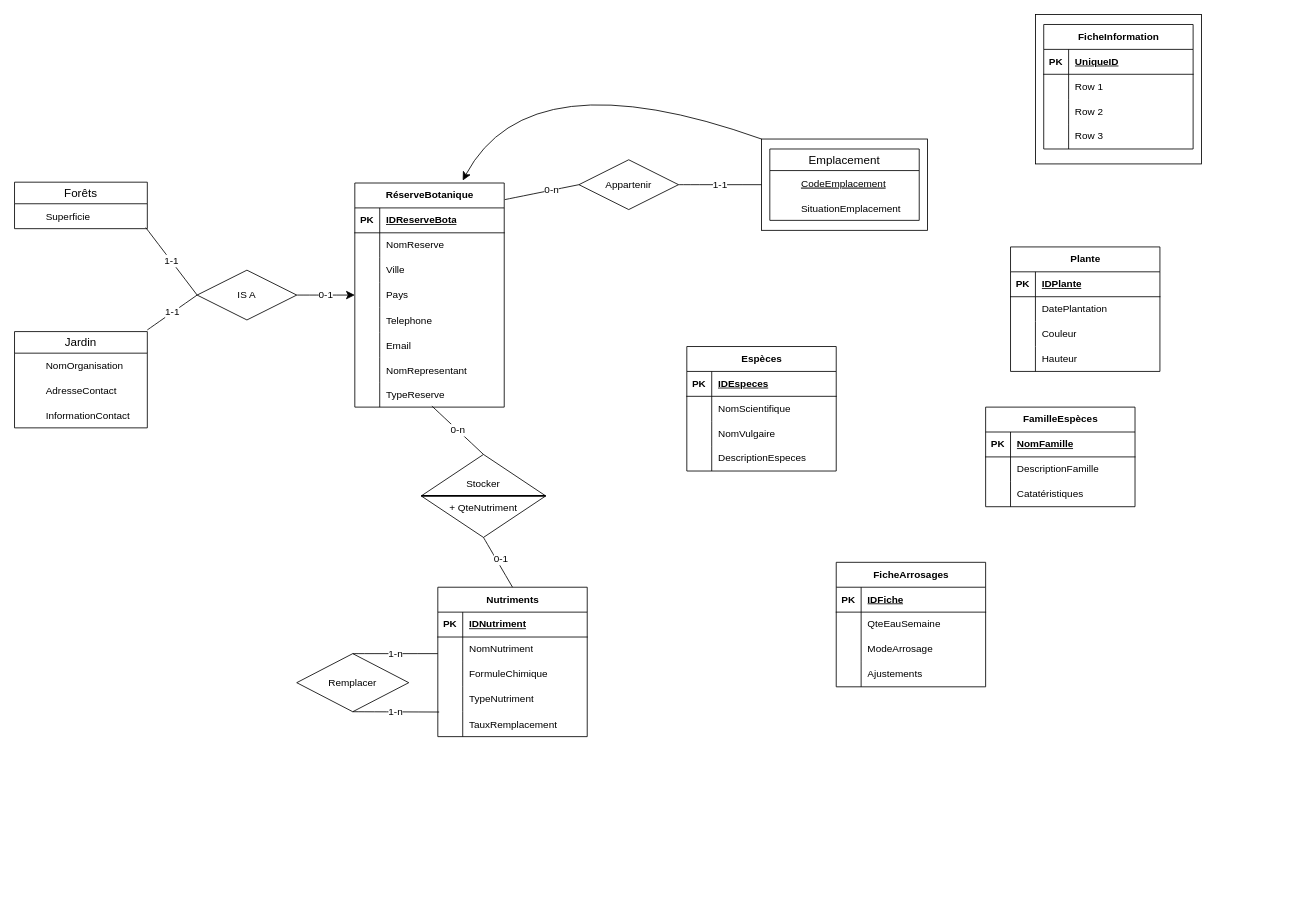
This is SAE3/test.drawio from korasrar/Work, a draw.io file, before an edit. Source tidied: cells renumbered, new cells numbered last; positions are measured from the earlier drawing's top-left corner, leaving out a move shared by most shapes. Both pictures are drawn from the tidied source at 83%, with x=0, y=0 at pixel (14, 14).
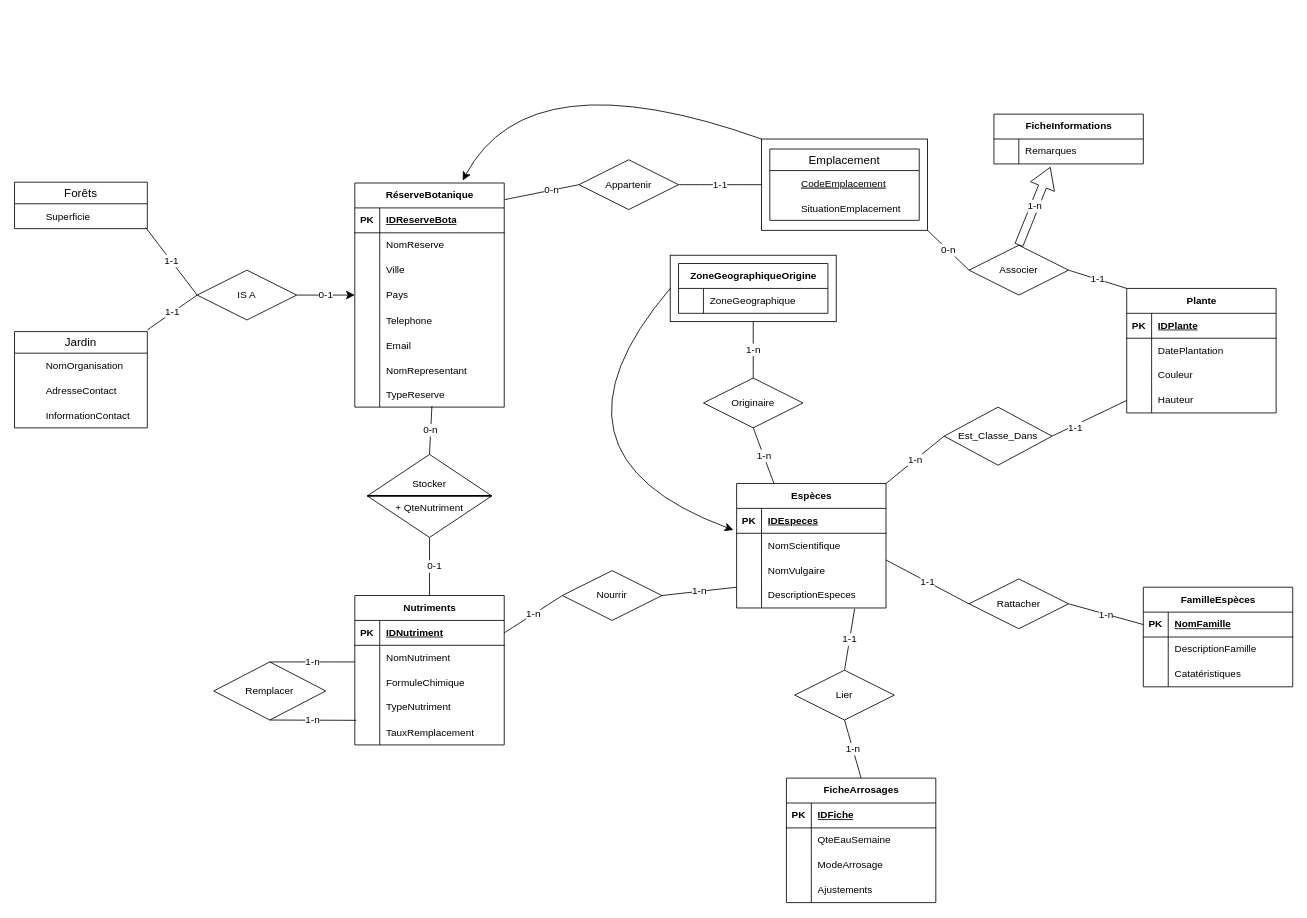
The same diagram, later.

The change refers to these unchanged cells:
```xml
<mxCell id="3" style="rounded=0;whiteSpace=wrap;html=1;" parent="1" vertex="1">
  <mxGeometry x="900" y="150" width="200" height="110" as="geometry" />
</mxCell>
<mxCell id="57" style="shape=tableRow;horizontal=0;startSize=0;swimlaneHead=0;swimlaneBody=0;fillColor=none;points=[[0,0.5],[1,0.5]];portConstraint=eastwest;top=0;left=0;right=0;bottom=1;" parent="56" vertex="1">
  <mxGeometry y="30" width="180" height="30" as="geometry" />
</mxCell>
<mxCell id="87" style="shape=tableRow;horizontal=0;startSize=0;swimlaneHead=0;swimlaneBody=0;fillColor=none;points=[[0,0.5],[1,0.5]];portConstraint=eastwest;top=0;left=0;right=0;bottom=1;" parent="86" vertex="1">
  <mxGeometry y="30" width="180" height="30" as="geometry" />
</mxCell>
<mxCell id="93" style="shape=tableRow;horizontal=0;startSize=0;swimlaneHead=0;swimlaneBody=0;fillColor=none;points=[[0,0.5],[1,0.5]];portConstraint=eastwest;top=0;left=0;right=0;bottom=0;" parent="86" vertex="1">
  <mxGeometry y="90" width="180" height="30" as="geometry" />
</mxCell>
<mxCell id="96" style="shape=tableRow;horizontal=0;startSize=0;swimlaneHead=0;swimlaneBody=0;fillColor=none;points=[[0,0.5],[1,0.5]];portConstraint=eastwest;top=0;left=0;right=0;bottom=0;" parent="86" vertex="1">
  <mxGeometry y="120" width="180" height="30" as="geometry" />
</mxCell>
<mxCell id="113" style="shape=tableRow;horizontal=0;startSize=0;swimlaneHead=0;swimlaneBody=0;fillColor=none;points=[[0,0.5],[1,0.5]];portConstraint=eastwest;top=0;left=0;right=0;bottom=1;" parent="112" vertex="1">
  <mxGeometry y="30" width="180" height="30" as="geometry" />
</mxCell>
<mxCell id="132" style="shape=tableRow;horizontal=0;startSize=0;swimlaneHead=0;swimlaneBody=0;fillColor=none;points=[[0,0.5],[1,0.5]];portConstraint=eastwest;top=0;left=0;right=0;bottom=0;" parent="122" vertex="1">
  <mxGeometry y="120" width="180" height="30" as="geometry" />
</mxCell>
```

Change to the diagram source:
```diff
@@
-    <mxCell id="2" style="rounded=0;whiteSpace=wrap;html=1;" parent="1" vertex="1">
-      <mxGeometry x="1230" width="200" height="180" as="geometry" />
-    </mxCell>
+    <mxCell id="148" style="rounded=0;whiteSpace=wrap;html=1;" parent="1" vertex="1">
+      <mxGeometry x="790" y="290" width="200" height="80" as="geometry" />
+    </mxCell>
@@
     <mxCell id="56" value="Nutriments" style="shape=table;startSize=30;childLayout=tableLayout;rowLines=0;fontStyle=1;align=center;html=1;" parent="1" vertex="1">
-      <mxGeometry x="510" y="690" width="180" height="180" as="geometry" />
+      <mxGeometry x="410" y="700" width="180" height="180" as="geometry" />
     </mxCell>
@@
     <mxCell id="72" value="Remplacer" style="shape=rhombus;perimeter=rhombusPerimeter;whiteSpace=wrap;html=1;align=center;" parent="1" vertex="1">
-      <mxGeometry x="340" y="770" width="135" height="70" as="geometry" />
+      <mxGeometry x="240" y="780" width="135" height="70" as="geometry" />
     </mxCell>
     <mxCell id="73" value="1-n" style="endArrow=none;html=1;rounded=0;fontSize=12;startSize=8;endSize=8;curved=1;exitX=0.5;exitY=0;exitDx=0;exitDy=0;" parent="1" edge="1" source="72">
       <mxGeometry relative="1" as="geometry">
-        <mxPoint x="510" y="770" as="targetPoint" />
+        <mxPoint x="410" y="780" as="targetPoint" />
       </mxGeometry>
     </mxCell>
@@
     <mxCell id="75" value="&lt;div&gt;Stocker&lt;/div&gt;&lt;div&gt;&lt;br&gt;&lt;/div&gt;&lt;div&gt;+ QteNutriment&lt;/div&gt;" style="shape=rhombus;perimeter=rhombusPerimeter;whiteSpace=wrap;html=1;align=center;" parent="1" vertex="1">
-      <mxGeometry x="490" y="530" width="150" height="100" as="geometry" />
+      <mxGeometry x="425" y="530" width="150" height="100" as="geometry" />
     </mxCell>
     <mxCell id="76" style="line;strokeWidth=2;html=1;" parent="1" vertex="1">
-      <mxGeometry x="490" y="575" width="150" height="10" as="geometry" />
+      <mxGeometry x="425" y="575" width="150" height="10" as="geometry" />
     </mxCell>
@@
     <mxCell id="86" value="Espèces" style="shape=table;startSize=30;childLayout=tableLayout;rowLines=0;fontStyle=1;align=center;html=1;" parent="1" vertex="1">
-      <mxGeometry x="810" y="400" width="180" height="150" as="geometry" />
+      <mxGeometry x="870" y="565" width="180" height="150" as="geometry" />
     </mxCell>
@@
     <mxCell id="99" value="FicheArrosages" style="shape=table;startSize=30;childLayout=tableLayout;rowLines=0;fontStyle=1;align=center;html=1;" parent="1" vertex="1">
-      <mxGeometry x="990" y="660" width="180" height="150" as="geometry" />
+      <mxGeometry x="930" y="920" width="180" height="150" as="geometry" />
     </mxCell>
@@
     <mxCell id="112" value="FamilleEspèces" style="shape=table;startSize=30;childLayout=tableLayout;rowLines=0;fontStyle=1;align=center;html=1;" parent="1" vertex="1">
-      <mxGeometry x="1170" y="473" width="180" height="120" as="geometry" />
+      <mxGeometry x="1360" y="690" width="180" height="120" as="geometry" />
     </mxCell>
@@
     <mxCell id="122" value="Plante" style="shape=table;startSize=30;childLayout=tableLayout;rowLines=0;fontStyle=1;align=center;html=1;" parent="1" vertex="1">
-      <mxGeometry x="1200" y="280" width="180" height="150" as="geometry" />
+      <mxGeometry x="1340" y="330" width="180" height="150" as="geometry" />
     </mxCell>
@@
-    <mxCell id="135" value="FicheInformation" style="shape=table;startSize=30;childLayout=tableLayout;rowLines=0;fontStyle=1;align=center;html=1;" parent="1" vertex="1">
-      <mxGeometry x="1240" y="12" width="180" height="150" as="geometry" />
-    </mxCell>
-    <mxCell id="136" style="shape=tableRow;horizontal=0;startSize=0;swimlaneHead=0;swimlaneBody=0;fillColor=none;top=0;left=0;right=0;bottom=1;" parent="135" vertex="1">
-      <mxGeometry y="30" width="180" height="30" as="geometry" />
-    </mxCell>
-    <mxCell id="137" value="PK" style="shape=partialRectangle;fillColor=none;top=0;left=0;bottom=0;right=0;fontStyle=1;overflow=hidden;whiteSpace=wrap;html=1;" parent="136" vertex="1">
-      <mxGeometry width="30" height="30" as="geometry" />
-    </mxCell>
-    <mxCell id="138" value="UniqueID" style="shape=partialRectangle;fillColor=none;top=0;left=0;bottom=0;right=0;align=left;spacingLeft=6;fontStyle=5;overflow=hidden;whiteSpace=wrap;html=1;" parent="136" vertex="1">
-      <mxGeometry x="30" width="150" height="30" as="geometry" />
-    </mxCell>
-    <mxCell id="139" style="shape=tableRow;horizontal=0;startSize=0;swimlaneHead=0;swimlaneBody=0;fillColor=none;top=0;left=0;right=0;bottom=0;" parent="135" vertex="1">
-      <mxGeometry y="60" width="180" height="30" as="geometry" />
-    </mxCell>
-    <mxCell id="140" style="shape=partialRectangle;fillColor=none;top=0;left=0;bottom=0;right=0;overflow=hidden;whiteSpace=wrap;html=1;" parent="139" vertex="1">
-      <mxGeometry width="30" height="30" as="geometry" />
-    </mxCell>
-    <mxCell id="141" value="Row 1" style="shape=partialRectangle;fillColor=none;top=0;left=0;bottom=0;right=0;align=left;spacingLeft=6;overflow=hidden;whiteSpace=wrap;html=1;" parent="139" vertex="1">
-      <mxGeometry x="30" width="150" height="30" as="geometry" />
-    </mxCell>
-    <mxCell id="142" style="shape=tableRow;horizontal=0;startSize=0;swimlaneHead=0;swimlaneBody=0;fillColor=none;top=0;left=0;right=0;bottom=0;" parent="135" vertex="1">
-      <mxGeometry y="90" width="180" height="30" as="geometry" />
-    </mxCell>
-    <mxCell id="143" style="shape=partialRectangle;fillColor=none;top=0;left=0;bottom=0;right=0;overflow=hidden;whiteSpace=wrap;html=1;" parent="142" vertex="1">
-      <mxGeometry width="30" height="30" as="geometry" />
-    </mxCell>
-    <mxCell id="144" value="Row 2" style="shape=partialRectangle;fillColor=none;top=0;left=0;bottom=0;right=0;align=left;spacingLeft=6;overflow=hidden;whiteSpace=wrap;html=1;" parent="142" vertex="1">
-      <mxGeometry x="30" width="150" height="30" as="geometry" />
-    </mxCell>
-    <mxCell id="145" style="shape=tableRow;horizontal=0;startSize=0;swimlaneHead=0;swimlaneBody=0;fillColor=none;top=0;left=0;right=0;bottom=0;" parent="135" vertex="1">
-      <mxGeometry y="120" width="180" height="30" as="geometry" />
-    </mxCell>
-    <mxCell id="146" style="shape=partialRectangle;fillColor=none;top=0;left=0;bottom=0;right=0;overflow=hidden;whiteSpace=wrap;html=1;" parent="145" vertex="1">
-      <mxGeometry width="30" height="30" as="geometry" />
-    </mxCell>
-    <mxCell id="147" value="Row 3" style="shape=partialRectangle;fillColor=none;top=0;left=0;bottom=0;right=0;align=left;spacingLeft=6;overflow=hidden;whiteSpace=wrap;html=1;" parent="145" vertex="1">
-      <mxGeometry x="30" width="150" height="30" as="geometry" />
-    </mxCell>
+    <mxCell id="149" value="FicheInformations" style="shape=table;startSize=30;childLayout=tableLayout;rowLines=0;fontStyle=1;align=center;html=1;" parent="1" vertex="1">
+      <mxGeometry x="1180" y="120" width="180" height="60" as="geometry" />
+    </mxCell>
+    <mxCell id="150" style="shape=tableRow;horizontal=0;startSize=0;swimlaneHead=0;swimlaneBody=0;fillColor=none;points=[[0,0.5],[1,0.5]];portConstraint=eastwest;top=0;left=0;right=0;bottom=0;" parent="149" vertex="1">
+      <mxGeometry y="30" width="180" height="30" as="geometry" />
+    </mxCell>
+    <mxCell id="151" style="shape=partialRectangle;fillColor=none;top=0;left=0;bottom=0;right=0;overflow=hidden;whiteSpace=wrap;html=1;" parent="150" vertex="1">
+      <mxGeometry width="30" height="30" as="geometry" />
+    </mxCell>
+    <mxCell id="152" value="Remarques" style="shape=partialRectangle;fillColor=none;top=0;left=0;bottom=0;right=0;align=left;spacingLeft=6;overflow=hidden;whiteSpace=wrap;html=1;" parent="150" vertex="1">
+      <mxGeometry x="30" width="150" height="30" as="geometry" />
+    </mxCell>
+    <mxCell id="153" value="ZoneGeographiqueOrigine" style="shape=table;startSize=30;childLayout=tableLayout;rowLines=0;fontStyle=1;align=center;html=1;" parent="1" vertex="1">
+      <mxGeometry x="800" y="300" width="180" height="60" as="geometry" />
+    </mxCell>
+    <mxCell id="154" style="shape=tableRow;horizontal=0;startSize=0;swimlaneHead=0;swimlaneBody=0;fillColor=none;top=0;left=0;right=0;bottom=0;" parent="153" vertex="1">
+      <mxGeometry y="30" width="180" height="30" as="geometry" />
+    </mxCell>
+    <mxCell id="155" style="shape=partialRectangle;fillColor=none;top=0;left=0;bottom=0;right=0;overflow=hidden;whiteSpace=wrap;html=1;" parent="154" vertex="1">
+      <mxGeometry width="30" height="30" as="geometry" />
+    </mxCell>
+    <mxCell id="156" value="ZoneGeographique" style="shape=partialRectangle;fillColor=none;top=0;left=0;bottom=0;right=0;align=left;spacingLeft=6;overflow=hidden;whiteSpace=wrap;html=1;" parent="154" vertex="1">
+      <mxGeometry x="30" width="150" height="30" as="geometry" />
+    </mxCell>
+    <mxCell id="157" value="Est_Classe_Dans" style="shape=rhombus;perimeter=rhombusPerimeter;whiteSpace=wrap;html=1;align=center;" parent="1" vertex="1">
+      <mxGeometry x="1120" y="473" width="130" height="70" as="geometry" />
+    </mxCell>
+    <mxCell id="158" value="Originaire" style="shape=rhombus;perimeter=rhombusPerimeter;whiteSpace=wrap;html=1;align=center;" parent="1" vertex="1">
+      <mxGeometry x="830" y="438" width="120" height="60" as="geometry" />
+    </mxCell>
+    <mxCell id="159" value="Rattacher" style="shape=rhombus;perimeter=rhombusPerimeter;whiteSpace=wrap;html=1;align=center;" parent="1" vertex="1">
+      <mxGeometry x="1150" y="680" width="120" height="60" as="geometry" />
+    </mxCell>
+    <mxCell id="160" value="Lier" style="shape=rhombus;perimeter=rhombusPerimeter;whiteSpace=wrap;html=1;align=center;" parent="1" vertex="1">
+      <mxGeometry x="940" y="790" width="120" height="60" as="geometry" />
+    </mxCell>
+    <mxCell id="161" value="Nourrir" style="shape=rhombus;perimeter=rhombusPerimeter;whiteSpace=wrap;html=1;align=center;" parent="1" vertex="1">
+      <mxGeometry x="660" y="670" width="120" height="60" as="geometry" />
+    </mxCell>
+    <mxCell id="162" value="1-n" style="endArrow=none;html=1;rounded=0;fontSize=12;startSize=8;endSize=8;curved=1;entryX=0.25;entryY=0;entryDx=0;entryDy=0;exitX=0.5;exitY=1;exitDx=0;exitDy=0;" parent="1" edge="1" source="158" target="86">
+      <mxGeometry relative="1" as="geometry" />
+    </mxCell>
+    <mxCell id="163" value="1-n" style="endArrow=none;html=1;rounded=0;fontSize=12;startSize=8;endSize=8;curved=1;entryX=0.5;entryY=1;entryDx=0;entryDy=0;exitX=0.5;exitY=0;exitDx=0;exitDy=0;" parent="1" edge="1" source="158" target="148">
+      <mxGeometry relative="1" as="geometry" />
+    </mxCell>
+    <mxCell id="164" style="endArrow=none;html=1;rounded=0;fontSize=12;startSize=8;endSize=8;curved=1;entryX=0;entryY=0.5;entryDx=0;entryDy=0;exitX=1;exitY=0.5;exitDx=0;exitDy=0;" parent="1" edge="1" source="157" target="132">
+      <mxGeometry relative="1" as="geometry" />
+    </mxCell>
+    <mxCell id="165" value="1-1" style="edgeLabel;html=1;align=center;verticalAlign=middle;fontSize=12;" parent="164" vertex="1">
+      <mxGeometry x="-0.42" y="-2" relative="1" as="geometry" />
+    </mxCell>
+    <mxCell id="166" value="1-n" style="endArrow=none;html=1;rounded=0;fontSize=12;startSize=8;endSize=8;curved=1;entryX=0;entryY=0.5;entryDx=0;entryDy=0;exitX=1;exitY=0;exitDx=0;exitDy=0;" parent="1" edge="1" source="86" target="157">
+      <mxGeometry relative="1" as="geometry" />
+    </mxCell>
+    <mxCell id="167" value="1-n" style="endArrow=none;html=1;rounded=0;fontSize=12;startSize=8;endSize=8;curved=1;exitX=1;exitY=0.5;exitDx=0;exitDy=0;" parent="1" edge="1" source="161">
+      <mxGeometry relative="1" as="geometry">
+        <mxPoint x="870" y="690" as="targetPoint" />
+      </mxGeometry>
+    </mxCell>
+    <mxCell id="168" value="1-n" style="endArrow=none;html=1;rounded=0;fontSize=12;startSize=8;endSize=8;curved=1;entryX=0;entryY=0.5;entryDx=0;entryDy=0;exitX=1;exitY=0.5;exitDx=0;exitDy=0;" parent="1" edge="1" source="57" target="161">
+      <mxGeometry relative="1" as="geometry" />
+    </mxCell>
+    <mxCell id="169" value="1-1" style="endArrow=none;html=1;rounded=0;fontSize=12;startSize=8;endSize=8;curved=1;entryX=0.79;entryY=1.031;entryDx=0;entryDy=0;entryPerimeter=0;exitX=0.5;exitY=0;exitDx=0;exitDy=0;" parent="1" edge="1" source="160" target="96">
+      <mxGeometry relative="1" as="geometry" />
+    </mxCell>
+    <mxCell id="170" value="1-n" style="endArrow=none;html=1;rounded=0;fontSize=12;startSize=8;endSize=8;curved=1;entryX=0.5;entryY=1;entryDx=0;entryDy=0;exitX=0.5;exitY=0;exitDx=0;exitDy=0;" parent="1" edge="1" source="99" target="160">
+      <mxGeometry relative="1" as="geometry" />
+    </mxCell>
+    <mxCell id="171" value="1-n" style="endArrow=none;html=1;rounded=0;fontSize=12;startSize=8;endSize=8;curved=1;entryX=0;entryY=0.5;entryDx=0;entryDy=0;exitX=1;exitY=0.5;exitDx=0;exitDy=0;" parent="1" edge="1" source="159" target="113">
+      <mxGeometry relative="1" as="geometry" />
+    </mxCell>
+    <mxCell id="172" value="1-1" style="endArrow=none;html=1;rounded=0;fontSize=12;startSize=8;endSize=8;curved=1;entryX=0;entryY=0.5;entryDx=0;entryDy=0;exitX=0.999;exitY=0.071;exitDx=0;exitDy=0;exitPerimeter=0;" parent="1" edge="1" source="93" target="159">
+      <mxGeometry relative="1" as="geometry" />
+    </mxCell>
+    <mxCell id="173" value="Associer" style="shape=rhombus;perimeter=rhombusPerimeter;whiteSpace=wrap;html=1;align=center;" parent="1" vertex="1">
+      <mxGeometry x="1150" y="278" width="120" height="60" as="geometry" />
+    </mxCell>
+    <mxCell id="174" value="1-1" style="endArrow=none;html=1;rounded=0;fontSize=12;startSize=8;endSize=8;curved=1;entryX=0;entryY=0;entryDx=0;entryDy=0;exitX=1;exitY=0.5;exitDx=0;exitDy=0;" parent="1" edge="1" source="173" target="122">
+      <mxGeometry relative="1" as="geometry" />
+    </mxCell>
+    <mxCell id="175" value="0-n" style="endArrow=none;html=1;rounded=0;fontSize=12;startSize=8;endSize=8;curved=1;exitX=1;exitY=1;exitDx=0;exitDy=0;entryX=0;entryY=0.5;entryDx=0;entryDy=0;" parent="1" edge="1" source="3" target="173">
+      <mxGeometry relative="1" as="geometry" />
+    </mxCell>
+    <mxCell id="176" value="1-n" style="shape=flexArrow;endArrow=classic;html=1;rounded=0;fontSize=12;startSize=8;endSize=8;curved=1;exitX=0.5;exitY=0;exitDx=0;exitDy=0;entryX=0.378;entryY=1.12;entryDx=0;entryDy=0;entryPerimeter=0;" parent="1" edge="1" source="173" target="150">
+      <mxGeometry relative="1" as="geometry" />
+    </mxCell>
+    <mxCell id="177" style="endArrow=classic;html=1;rounded=0;fontSize=12;startSize=8;endSize=8;curved=1;entryX=-0.022;entryY=0.867;entryDx=0;entryDy=0;entryPerimeter=0;exitX=0;exitY=0.5;exitDx=0;exitDy=0;" parent="1" edge="1" source="148" target="87">
+      <mxGeometry relative="1" as="geometry">
+        <Array as="points">
+          <mxPoint x="620" y="530" />
+        </Array>
+      </mxGeometry>
+    </mxCell>
```
